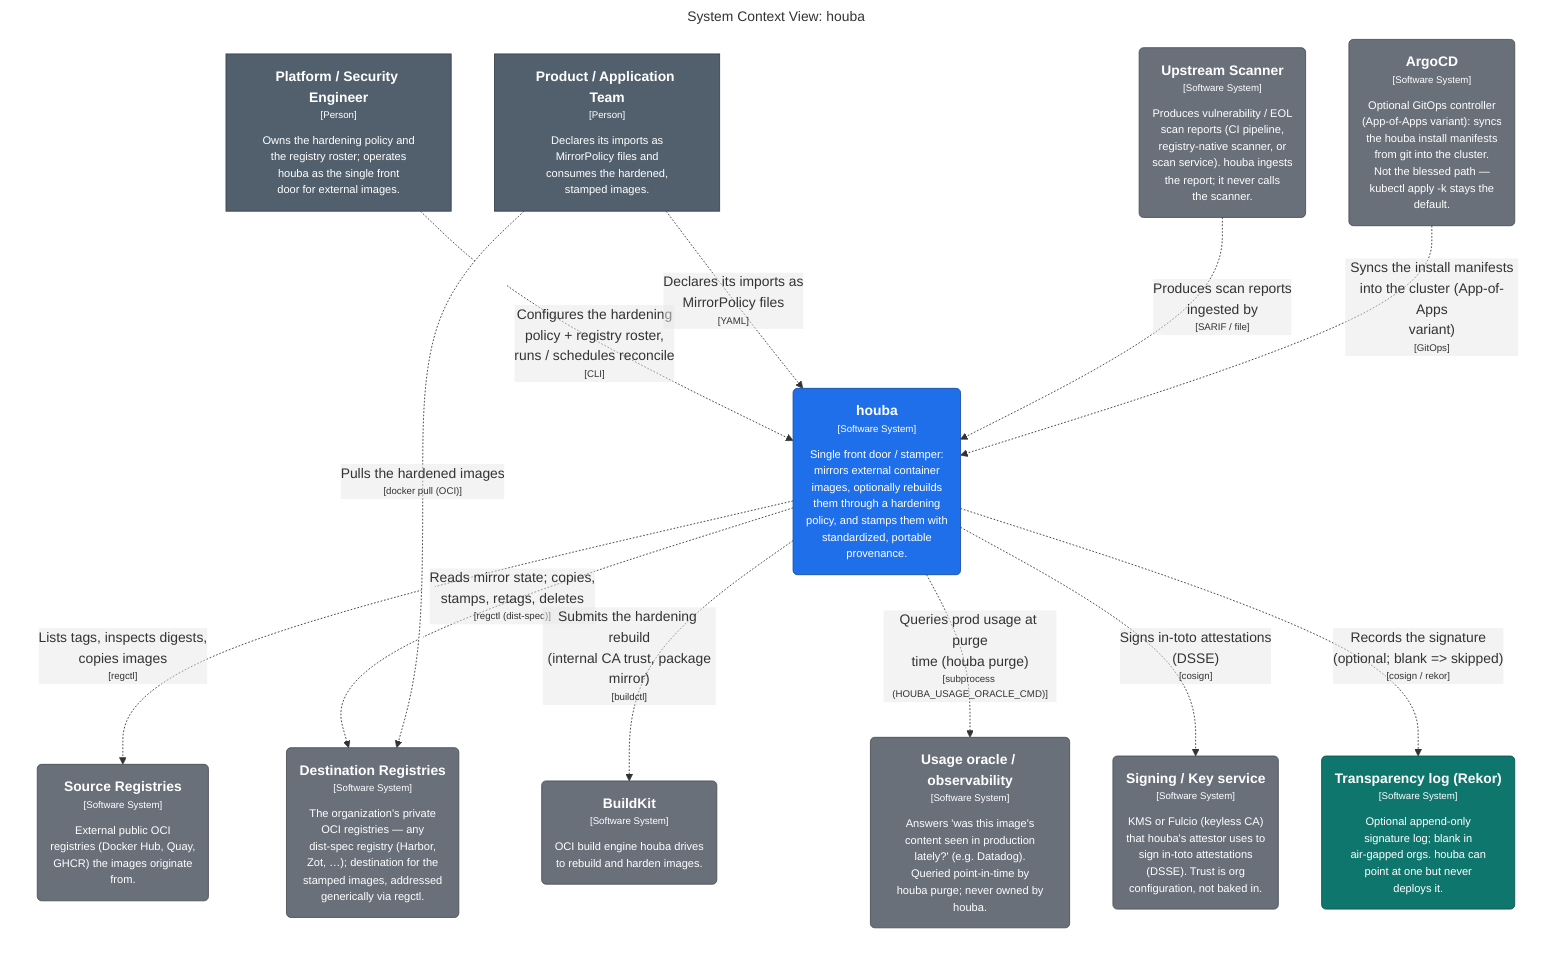
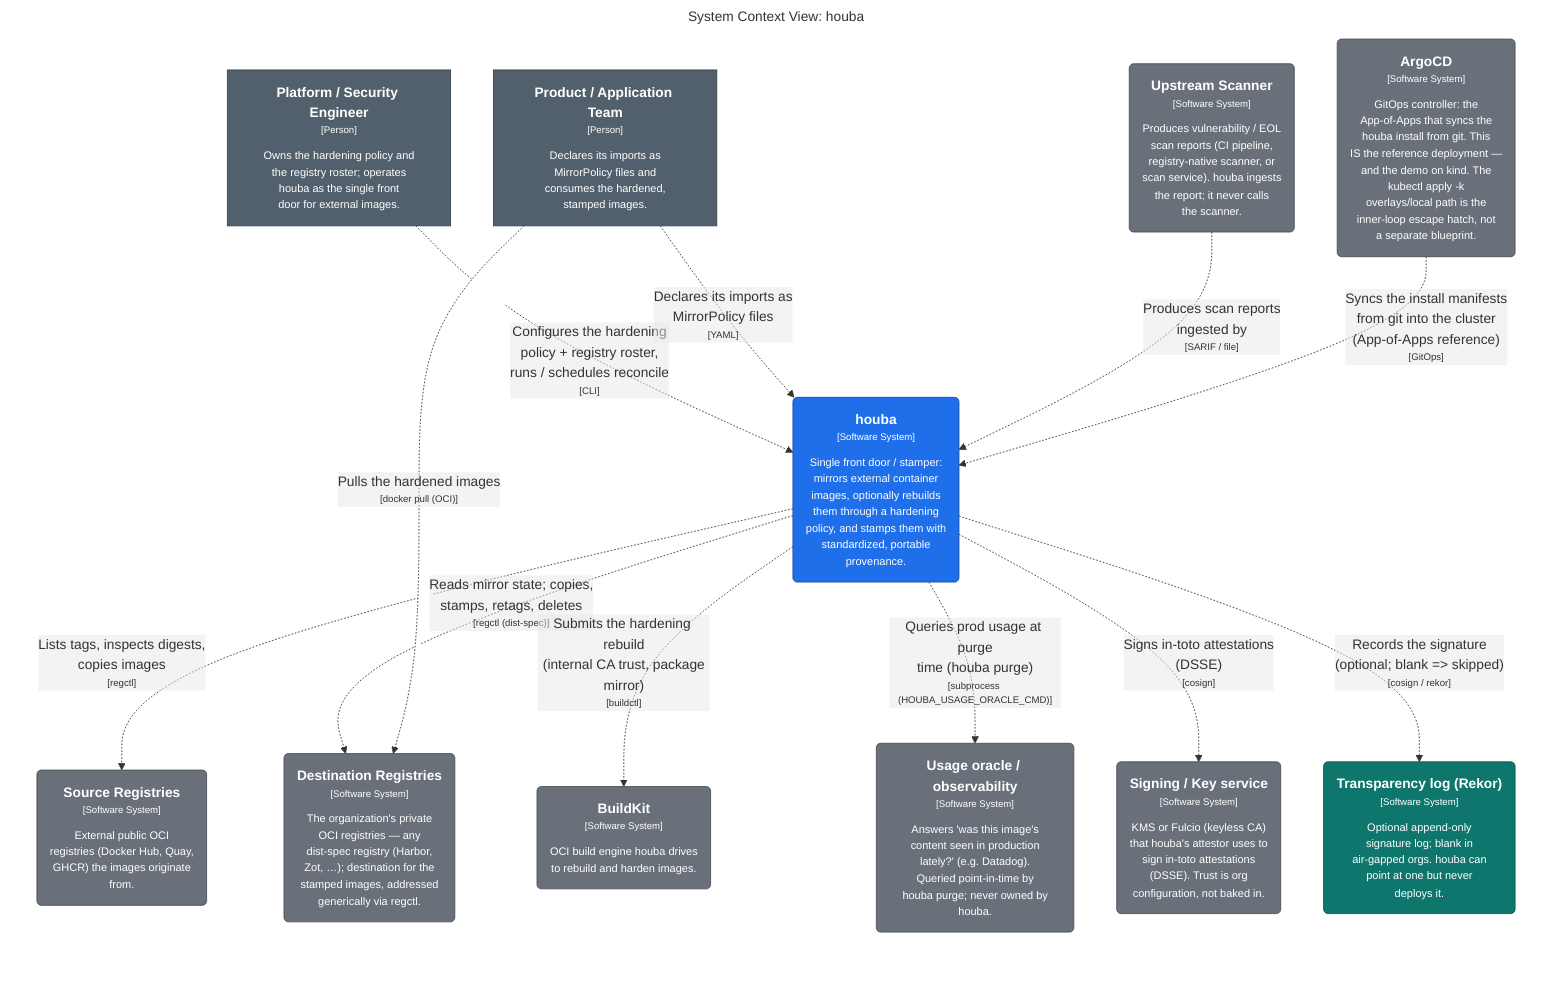
graph LR
  linkStyle default fill:#ffffff

  subgraph diagram ["System Context View: houba"]
    style diagram fill:#ffffff,stroke:#ffffff

    1["<div style='font-weight: bold'>Platform / Security Engineer</div><div style='font-size: 70%; margin-top: 0px'>[Person]</div><div style='font-size: 80%; margin-top:10px'>Owns the hardening policy and<br />the registry roster; operates<br />houba as the single front<br />door for external images.</div>"]
    style 1 fill:#52606d,stroke:#39434c,color:#ffffff
    2["<div style='font-weight: bold'>Product / Application Team</div><div style='font-size: 70%; margin-top: 0px'>[Person]</div><div style='font-size: 80%; margin-top:10px'>Declares its imports as<br />MirrorPolicy files and<br />consumes the hardened,<br />stamped images.</div>"]
    style 2 fill:#52606d,stroke:#39434c,color:#ffffff
    4("<div style='font-weight: bold'>houba</div><div style='font-size: 70%; margin-top: 0px'>[Software System]</div><div style='font-size: 80%; margin-top:10px'>Single front door / stamper:<br />mirrors external container<br />images, optionally rebuilds<br />them through a hardening<br />policy, and stamps them with<br />standardized, portable<br />provenance.</div>")
    style 4 fill:#1f6feb,stroke:#154da4,color:#ffffff
    44("<div style='font-weight: bold'>Source Registries</div><div style='font-size: 70%; margin-top: 0px'>[Software System]</div><div style='font-size: 80%; margin-top:10px'>External public OCI<br />registries (Docker Hub, Quay,<br />GHCR) the images originate<br />from.</div>")
    style 44 fill:#69707a,stroke:#494e55,color:#ffffff
    45("<div style='font-weight: bold'>Destination Registries</div><div style='font-size: 70%; margin-top: 0px'>[Software System]</div><div style='font-size: 80%; margin-top:10px'>The organization's private<br />OCI registries — any<br />dist-spec registry (Harbor,<br />Zot, …); destination for the<br />stamped images, addressed<br />generically via regctl.</div>")
    style 45 fill:#69707a,stroke:#494e55,color:#ffffff
    46("<div style='font-weight: bold'>BuildKit</div><div style='font-size: 70%; margin-top: 0px'>[Software System]</div><div style='font-size: 80%; margin-top:10px'>OCI build engine houba drives<br />to rebuild and harden images.</div>")
    style 46 fill:#69707a,stroke:#494e55,color:#ffffff
    50("<div style='font-weight: bold'>Usage oracle / observability</div><div style='font-size: 70%; margin-top: 0px'>[Software System]</div><div style='font-size: 80%; margin-top:10px'>Answers 'was this image's<br />content seen in production<br />lately?' (e.g. Datadog).<br />Queried point-in-time by<br />houba purge; never owned by<br />houba.</div>")
    style 50 fill:#69707a,stroke:#494e55,color:#ffffff
    51("<div style='font-weight: bold'>Signing / Key service</div><div style='font-size: 70%; margin-top: 0px'>[Software System]</div><div style='font-size: 80%; margin-top:10px'>KMS or Fulcio (keyless CA)<br />that houba's attestor uses to<br />sign in-toto attestations<br />(DSSE). Trust is org<br />configuration, not baked in.</div>")
    style 51 fill:#69707a,stroke:#494e55,color:#ffffff
    52("<div style='font-weight: bold'>Transparency log (Rekor)</div><div style='font-size: 70%; margin-top: 0px'>[Software System]</div><div style='font-size: 80%; margin-top:10px'>Optional append-only<br />signature log; blank in<br />air-gapped orgs. houba can<br />point at one but never<br />deploys it.</div>")
    style 52 fill:#0f766e,stroke:#0a524d,color:#ffffff
    53("<div style='font-weight: bold'>Upstream Scanner</div><div style='font-size: 70%; margin-top: 0px'>[Software System]</div><div style='font-size: 80%; margin-top:10px'>Produces vulnerability / EOL<br />scan reports (CI pipeline,<br />registry-native scanner, or<br />scan service). houba ingests<br />the report; it never calls<br />the scanner.</div>")
    style 53 fill:#69707a,stroke:#494e55,color:#ffffff
-     54("<div style='font-weight: bold'>ArgoCD</div><div style='font-size: 70%; margin-top: 0px'>[Software System]</div><div style='font-size: 80%; margin-top:10px'>Optional GitOps controller<br />(App-of-Apps variant): syncs<br />the houba install manifests<br />from git into the cluster.<br />Not the blessed path —<br />kubectl apply -k stays the<br />default.</div>")
+     54("<div style='font-weight: bold'>ArgoCD</div><div style='font-size: 70%; margin-top: 0px'>[Software System]</div><div style='font-size: 80%; margin-top:10px'>GitOps controller: the<br />App-of-Apps that syncs the<br />houba install from git. This<br />IS the reference deployment —<br />and the demo on kind. The<br />kubectl apply -k<br />overlays/local path is the<br />inner-loop escape hatch, not<br />a separate blueprint.</div>")
    style 54 fill:#69707a,stroke:#494e55,color:#ffffff

    1-. "<div>Configures the hardening<br />policy + registry roster,<br />runs / schedules reconcile</div><div style='font-size: 70%'>[CLI]</div>" .->4
    2-. "<div>Declares its imports as<br />MirrorPolicy files</div><div style='font-size: 70%'>[YAML]</div>" .->4
    4-. "<div>Lists tags, inspects digests,<br />copies images</div><div style='font-size: 70%'>[regctl]</div>" .->44
    4-. "<div>Reads mirror state; copies,<br />stamps, retags, deletes</div><div style='font-size: 70%'>[regctl (dist-spec)]</div>" .->45
    4-. "<div>Submits the hardening rebuild<br />(internal CA trust, package<br />mirror)</div><div style='font-size: 70%'>[buildctl]</div>" .->46
    2-. "<div>Pulls the hardened images</div><div style='font-size: 70%'>[docker pull (OCI)]</div>" .->45
    4-. "<div>Queries prod usage at purge<br />time (houba purge)</div><div style='font-size: 70%'>[subprocess (HOUBA_USAGE_ORACLE_CMD)]</div>" .->50
    4-. "<div>Signs in-toto attestations<br />(DSSE)</div><div style='font-size: 70%'>[cosign]</div>" .->51
    4-. "<div>Records the signature<br />(optional; blank => skipped)</div><div style='font-size: 70%'>[cosign / rekor]</div>" .->52
    53-. "<div>Produces scan reports<br />ingested by</div><div style='font-size: 70%'>[SARIF / file]</div>" .->4
-     54-. "<div>Syncs the install manifests<br />into the cluster (App-of-Apps<br />variant)</div><div style='font-size: 70%'>[GitOps]</div>" .->4
+     54-. "<div>Syncs the install manifests<br />from git into the cluster<br />(App-of-Apps reference)</div><div style='font-size: 70%'>[GitOps]</div>" .->4

  end